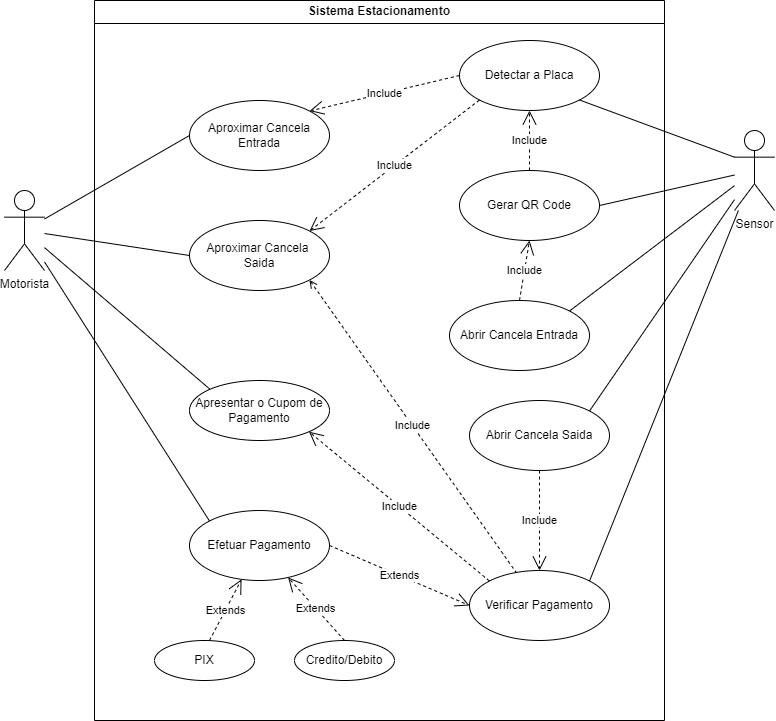
Above: Diagrama engenharia software.drawio.png in radamesp7/2024_G2_EnSoft_I (draw.io), before the change. Source tidied: cells renumbered, new cells last; positions are measured from the earlier drawing's top-left corner, leaving out a move shared by most shapes.
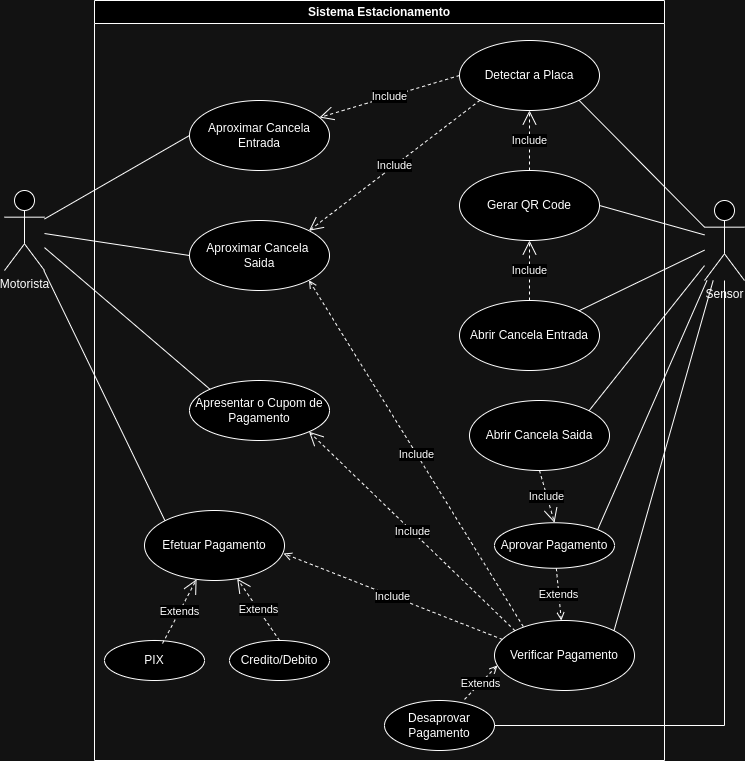
After the commit.

What changed in the source:
```diff
@@ -3,7 +3,7 @@
     <mxCell id="0" />
     <mxCell id="1" parent="0" />
     <mxCell id="2" value="Sistema Estacionamento" style="swimlane;whiteSpace=wrap;html=1;" parent="1" vertex="1">
-      <mxGeometry x="90" width="570" height="720" as="geometry" />
+      <mxGeometry x="90" width="570" height="760" as="geometry" />
     </mxCell>
     <mxCell id="3" value="Detectar a Placa" style="ellipse;whiteSpace=wrap;html=1;" parent="2" vertex="1">
       <mxGeometry x="365" y="40" width="140" height="70" as="geometry" />
@@ -12,13 +12,16 @@
       <mxGeometry x="365" y="170" width="140" height="70" as="geometry" />
     </mxCell>
     <mxCell id="5" value="Abrir Cancela Entrada" style="ellipse;whiteSpace=wrap;html=1;" parent="2" vertex="1">
-      <mxGeometry x="355" y="300" width="140" height="70" as="geometry" />
+      <mxGeometry x="365" y="300" width="140" height="70" as="geometry" />
     </mxCell>
     <mxCell id="6" value="Efetuar Pagamento" style="ellipse;whiteSpace=wrap;html=1;" parent="2" vertex="1">
-      <mxGeometry x="95" y="510" width="140" height="70" as="geometry" />
+      <mxGeometry x="50" y="510" width="140" height="70" as="geometry" />
     </mxCell>
+    <mxCell id="36" value="Extends" style="rounded=0;jettySize=auto;html=1;exitX=0.021;exitY=0.643;exitDx=0;exitDy=0;entryX=0.709;entryY=0.02;entryDx=0;entryDy=0;dashed=1;endArrow=none;endFill=0;startArrow=open;startFill=0;entryPerimeter=0;exitPerimeter=0;" parent="2" edge="1" source="7" target="39">
+      <mxGeometry relative="1" as="geometry" />
+    </mxCell>
     <mxCell id="7" value="Verificar Pagamento" style="ellipse;whiteSpace=wrap;html=1;" parent="2" vertex="1">
-      <mxGeometry x="375" y="570" width="140" height="70" as="geometry" />
+      <mxGeometry x="400" y="620" width="140" height="70" as="geometry" />
     </mxCell>
     <mxCell id="8" value="Abrir Cancela Saida" style="ellipse;whiteSpace=wrap;html=1;" parent="2" vertex="1">
       <mxGeometry x="375" y="400" width="140" height="70" as="geometry" />
@@ -35,7 +38,7 @@
     <mxCell id="12" style="edgeStyle=orthogonalEdgeStyle;rounded=0;orthogonalLoop=1;jettySize=auto;html=1;exitX=0.5;exitY=1;exitDx=0;exitDy=0;" parent="2" edge="1" source="9" target="9">
       <mxGeometry relative="1" as="geometry" />
     </mxCell>
-    <mxCell id="13" value="Include" style="endArrow=open;endSize=12;dashed=1;html=1;rounded=0;exitX=0;exitY=0.5;exitDx=0;exitDy=0;entryX=1;entryY=0;entryDx=0;entryDy=0;" parent="2" edge="1" source="3" target="10">
+    <mxCell id="13" value="Include" style="endArrow=open;endSize=12;dashed=1;html=1;rounded=0;exitX=0;exitY=0.5;exitDx=0;exitDy=0;entryX=0.929;entryY=0.243;entryDx=0;entryDy=0;entryPerimeter=0;" parent="2" edge="1" source="3" target="10">
       <mxGeometry relative="1" as="geometry" />
     </mxCell>
     <mxCell id="14" value="Include" style="endArrow=open;endSize=12;dashed=1;html=1;rounded=0;exitX=0.5;exitY=0;exitDx=0;exitDy=0;entryX=0.5;entryY=1;entryDx=0;entryDy=0;" parent="2" edge="1" source="4" target="3">
@@ -50,29 +53,36 @@
     <mxCell id="17" value="Include" style="endArrow=open;endSize=12;dashed=1;html=1;rounded=0;exitX=0;exitY=0;exitDx=0;exitDy=0;entryX=1;entryY=1;entryDx=0;entryDy=0;" parent="2" edge="1" source="7" target="9">
       <mxGeometry relative="1" as="geometry" />
     </mxCell>
-    <mxCell id="18" value="Extends" style="endArrow=open;endSize=12;dashed=1;html=1;rounded=0;exitX=1;exitY=0.5;exitDx=0;exitDy=0;entryX=0;entryY=0.5;entryDx=0;entryDy=0;" parent="2" edge="1" source="6" target="7">
-      <mxGeometry relative="1" as="geometry" />
-    </mxCell>
-    <mxCell id="19" value="Include" style="endArrow=open;endSize=12;dashed=1;html=1;rounded=0;entryX=0.5;entryY=0;entryDx=0;entryDy=0;exitX=0.5;exitY=1;exitDx=0;exitDy=0;" parent="2" edge="1" source="8" target="7">
+    <mxCell id="19" value="Include" style="endArrow=open;endSize=12;dashed=1;html=1;rounded=0;exitX=0.5;exitY=1;exitDx=0;exitDy=0;entryX=0.5;entryY=0;entryDx=0;entryDy=0;" parent="2" edge="1" source="8" target="38">
       <mxGeometry relative="1" as="geometry" />
     </mxCell>
-    <mxCell id="20" value="Include" style="endArrow=none;endSize=12;dashed=1;html=1;rounded=0;exitX=1;exitY=1;exitDx=0;exitDy=0;startArrow=open;startFill=0;endFill=0;" parent="2" edge="1" source="11" target="7">
+    <mxCell id="20" value="Include" style="endArrow=none;endSize=12;dashed=1;html=1;rounded=0;exitX=1;exitY=1;exitDx=0;exitDy=0;startArrow=open;startFill=0;endFill=0;entryX=0.214;entryY=0.114;entryDx=0;entryDy=0;entryPerimeter=0;" parent="2" edge="1" source="11" target="7">
       <mxGeometry relative="1" as="geometry" />
     </mxCell>
     <mxCell id="21" value="PIX" style="ellipse;whiteSpace=wrap;html=1;" parent="2" vertex="1">
-      <mxGeometry x="60" y="640" width="100" height="40" as="geometry" />
+      <mxGeometry x="10" y="640" width="100" height="40" as="geometry" />
     </mxCell>
     <mxCell id="22" value="Credito/Debito" style="ellipse;whiteSpace=wrap;html=1;" parent="2" vertex="1">
-      <mxGeometry x="200" y="640" width="100" height="40" as="geometry" />
+      <mxGeometry x="135" y="640" width="100" height="40" as="geometry" />
     </mxCell>
-    <mxCell id="23" value="Extends" style="endArrow=open;endSize=12;dashed=1;html=1;rounded=0;exitX=0.5;exitY=0;exitDx=0;exitDy=0;" parent="2" edge="1" target="6">
-      <mxGeometry relative="1" as="geometry">
-        <mxPoint x="115" y="640" as="sourcePoint" />
-      </mxGeometry>
+    <mxCell id="23" value="Extends" style="endArrow=open;endSize=12;dashed=1;html=1;rounded=0;exitX=0.58;exitY=0.075;exitDx=0;exitDy=0;exitPerimeter=0;" parent="2" edge="1" source="21" target="6">
+      <mxGeometry relative="1" as="geometry" />
     </mxCell>
     <mxCell id="24" value="Extends" style="endArrow=open;endSize=12;dashed=1;html=1;rounded=0;exitX=0.5;exitY=0;exitDx=0;exitDy=0;" parent="2" edge="1" source="22" target="6">
       <mxGeometry relative="1" as="geometry" />
     </mxCell>
+    <mxCell id="37" value="Extends" style="rounded=0;jettySize=auto;html=1;dashed=1;endArrow=open;endFill=0;" parent="2" edge="1" source="38" target="7">
+      <mxGeometry relative="1" as="geometry" />
+    </mxCell>
+    <mxCell id="38" value="Aprovar Pagamento" style="ellipse;whiteSpace=wrap;html=1;" parent="2" vertex="1">
+      <mxGeometry x="400" y="522.2" width="120" height="45.5" as="geometry" />
+    </mxCell>
+    <mxCell id="39" value="Desaprovar Pagamento" style="ellipse;whiteSpace=wrap;html=1;" parent="2" vertex="1">
+      <mxGeometry x="290" y="700" width="110" height="50" as="geometry" />
+    </mxCell>
+    <mxCell id="40" value="Include" style="rounded=0;jettySize=auto;html=1;exitX=0.057;exitY=0.271;exitDx=0;exitDy=0;entryX=0.993;entryY=0.614;entryDx=0;entryDy=0;entryPerimeter=0;dashed=1;endArrow=open;endFill=0;exitPerimeter=0;strokeWidth=1;curved=0;jumpStyle=none;jumpSize=3;" parent="2" edge="1" source="7" target="6">
+      <mxGeometry relative="1" as="geometry" />
+    </mxCell>
     <mxCell id="25" style="rounded=0;jettySize=auto;html=1;entryX=0;entryY=0;entryDx=0;entryDy=0;endArrow=none;endFill=0;" parent="1" edge="1" source="26" target="6">
       <mxGeometry relative="1" as="geometry" />
     </mxCell>
@@ -82,8 +92,8 @@
     <mxCell id="27" style="rounded=0;jettySize=auto;html=1;exitX=0;exitY=0.3333333333333333;exitDx=0;exitDy=0;exitPerimeter=0;entryX=1;entryY=1;entryDx=0;entryDy=0;endArrow=none;endFill=0;" parent="1" edge="1" source="28" target="3">
       <mxGeometry relative="1" as="geometry" />
     </mxCell>
-    <mxCell id="28" value="Sensor" style="shape=umlActor;verticalLabelPosition=bottom;verticalAlign=top;html=1;outlineConnect=0;" parent="1" vertex="1">
-      <mxGeometry x="730" y="130" width="40" height="80" as="geometry" />
+    <mxCell id="28" value="Sensor" style="shape=umlActor;verticalLabelPosition=bottom;verticalAlign=top;html=1;outlineConnect=0;fontStyle=0;labelBorderColor=none;" parent="1" vertex="1">
+      <mxGeometry x="700" y="200" width="40" height="80" as="geometry" />
     </mxCell>
     <mxCell id="29" style="rounded=0;jettySize=auto;html=1;exitX=1;exitY=0.5;exitDx=0;exitDy=0;endArrow=none;endFill=0;" parent="1" edge="1" source="4" target="28">
       <mxGeometry relative="1" as="geometry" />
@@ -106,5 +116,11 @@
     <mxCell id="35" style="rounded=0;jettySize=auto;html=1;exitX=1;exitY=0;exitDx=0;exitDy=0;endArrow=none;endFill=0;" parent="1" edge="1" source="7" target="28">
       <mxGeometry relative="1" as="geometry" />
     </mxCell>
+    <mxCell id="41" style="rounded=0;jettySize=auto;html=1;exitX=1;exitY=0;exitDx=0;exitDy=0;endArrow=none;endFill=0;" parent="1" edge="1" source="38" target="28">
+      <mxGeometry relative="1" as="geometry" />
+    </mxCell>
+    <mxCell id="42" style="rounded=0;jettySize=auto;html=1;exitX=1;exitY=0.5;exitDx=0;exitDy=0;edgeStyle=orthogonalEdgeStyle;endArrow=none;endFill=0;" parent="1" edge="1" source="39" target="28">
+      <mxGeometry relative="1" as="geometry" />
+    </mxCell>
   </root>
 </mxGraphModel>
```
